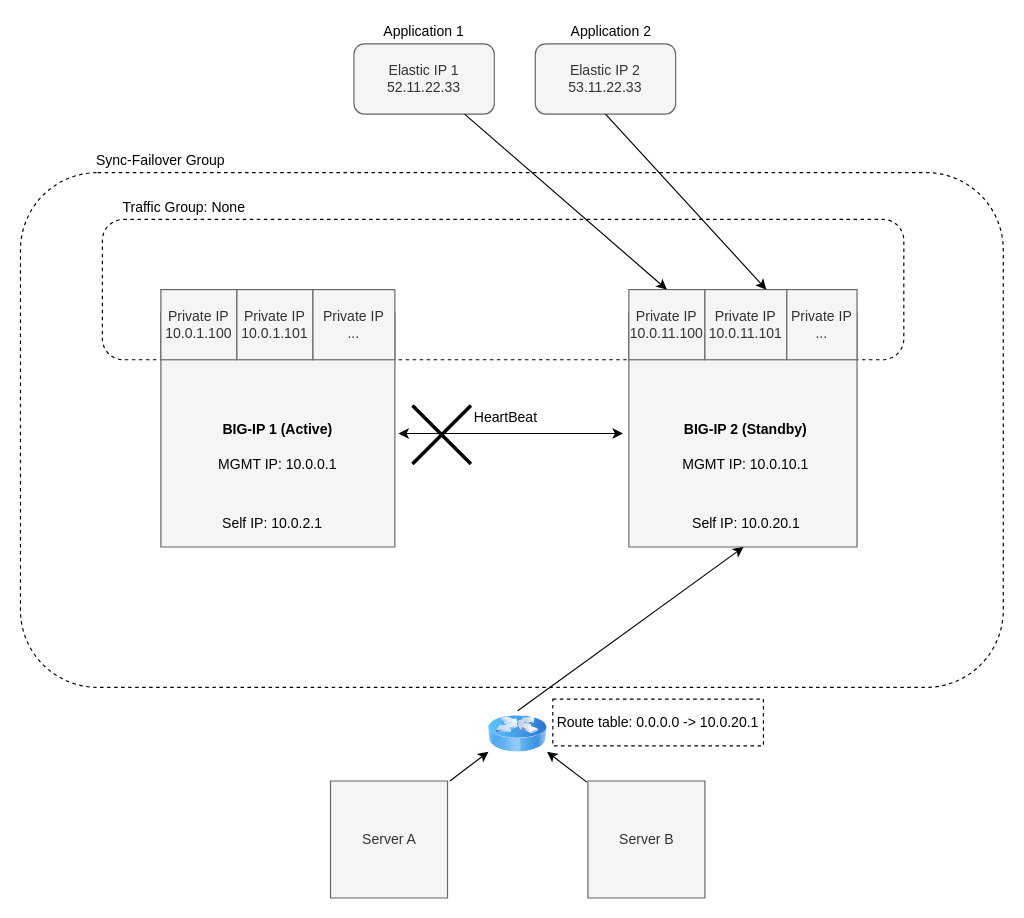
Above: contributing/images/src/AWSFailoverExtensionHighLevelAfter.drawio.xml in F5Networks/f5-cloud-failover-extension (draw.io), before the change. Source tidied: cells renumbered, new cells numbered last; positions are measured from the earlier drawing's top-left corner, leaving out a move shared by most shapes. Both pictures are drawn from the tidied source at 117%, with x=0, y=0 at pixel (20, 20). Pictures stored in the file or linked from it are replaced by grey dashed boxes.
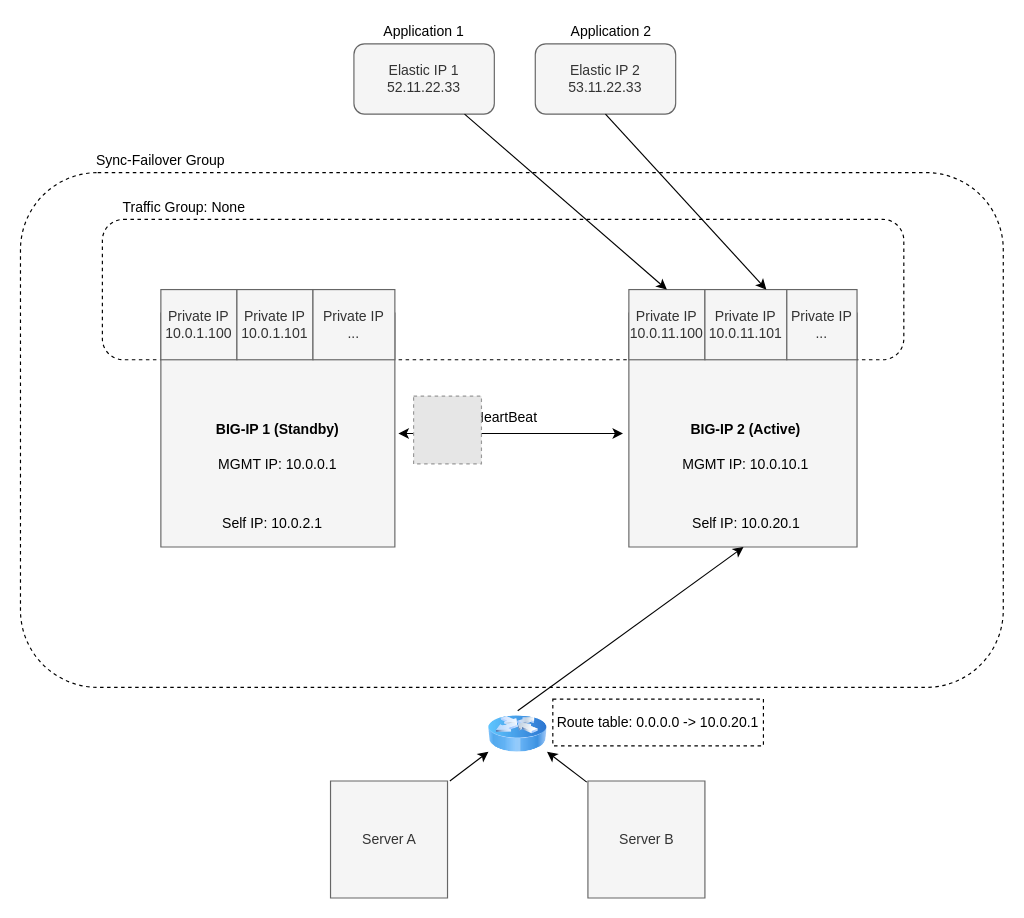
The same diagram, later.

What changed in the source:
```diff
@@
-    <mxCell id="7" value="&lt;b&gt;BIG-IP 1 (Active)&lt;/b&gt;&lt;br&gt;" style="text;html=1;strokeColor=none;fillColor=none;align=center;verticalAlign=middle;whiteSpace=wrap;rounded=0;" parent="1" vertex="1">
+    <mxCell id="7" value="&lt;b&gt;BIG-IP 1 (Standby)&lt;/b&gt;" style="text;html=1;strokeColor=none;fillColor=none;align=center;verticalAlign=middle;whiteSpace=wrap;rounded=0;" parent="1" vertex="1">
       <mxGeometry x="160" y="330" width="120" height="40" as="geometry" />
     </mxCell>
-    <mxCell id="8" value="&lt;b&gt;BIG-IP 2 (Standby)&lt;/b&gt;&lt;br&gt;" style="text;html=1;strokeColor=none;fillColor=none;align=center;verticalAlign=middle;whiteSpace=wrap;rounded=0;" parent="1" vertex="1">
+    <mxCell id="8" value="&lt;b&gt;BIG-IP 2 (Active)&lt;/b&gt;" style="text;html=1;strokeColor=none;fillColor=none;align=center;verticalAlign=middle;whiteSpace=wrap;rounded=0;" parent="1" vertex="1">
       <mxGeometry x="560" y="330" width="120" height="40" as="geometry" />
     </mxCell>
@@
-    <mxCell id="35" style="shape=umlDestroy;whiteSpace=wrap;html=1;strokeWidth=3;fillColor=none;" parent="1" vertex="1">
-      <mxGeometry x="335" y="329" width="50" height="50" as="geometry" />
-    </mxCell>
+    <mxCell id="36" style="fillColor=#E6E6E6;strokeColor=#999999;dashed=1;html=1;verticalAlign=top;verticalLabelPosition=bottom;labelBackgroundColor=#ffffff;" parent="1" vertex="1">
+      <mxGeometry x="336" y="321" width="58" height="58" as="geometry" />
+    </mxCell>
```
